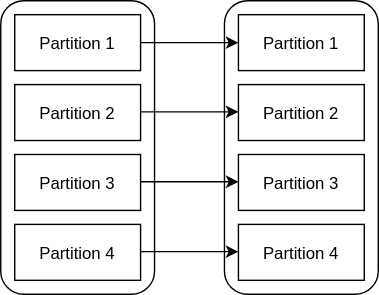
Before: course/01-RDD/RDD-narrow.dio.svg, a diagram exported from draw.io (dancier/spark-course). Source tidied: cells renumbered, new cells last; positions are measured from the earlier drawing's top-left corner, leaving out a move shared by most shapes. Its diagram source:
```xml
<mxGraphModel>
  <root>
    <mxCell id="0" />
    <mxCell id="1" parent="0" />
    <mxCell id="2" style="rounded=1;" parent="1" vertex="1">
      <mxGeometry width="110" height="210" as="geometry" />
    </mxCell>
    <mxCell id="3" value="Partition 1" style="rounded=0;" parent="1" vertex="1">
      <mxGeometry x="10" y="10" width="90" height="40" as="geometry" />
    </mxCell>
    <mxCell id="4" value="Partition 2" style="rounded=0;" parent="1" vertex="1">
      <mxGeometry x="10" y="60" width="90" height="40" as="geometry" />
    </mxCell>
    <mxCell id="5" value="Partition 3" style="rounded=0;" parent="1" vertex="1">
      <mxGeometry x="10" y="110" width="90" height="40" as="geometry" />
    </mxCell>
    <mxCell id="6" value="Partition 4" style="rounded=0;" parent="1" vertex="1">
      <mxGeometry x="10" y="160" width="90" height="40" as="geometry" />
    </mxCell>
    <mxCell id="7" style="rounded=1;" parent="1" vertex="1">
      <mxGeometry x="160" width="110" height="210" as="geometry" />
    </mxCell>
    <mxCell id="8" value="Partition 1" style="rounded=0;" parent="1" vertex="1">
      <mxGeometry x="170" y="10" width="90" height="40" as="geometry" />
    </mxCell>
    <mxCell id="9" value="Partition 2" style="rounded=0;" parent="1" vertex="1">
      <mxGeometry x="170" y="60" width="90" height="40" as="geometry" />
    </mxCell>
    <mxCell id="10" value="Partition 3" style="rounded=0;" parent="1" vertex="1">
      <mxGeometry x="170" y="110" width="90" height="40" as="geometry" />
    </mxCell>
    <mxCell id="11" value="Partition 4" style="rounded=0;" parent="1" vertex="1">
      <mxGeometry x="170" y="160" width="90" height="40" as="geometry" />
    </mxCell>
    <mxCell id="12" style="endArrow=classic;rounded=0;exitX=1;exitY=0.5;exitDx=0;exitDy=0;entryX=0;entryY=0.5;entryDx=0;entryDy=0;" parent="1" edge="1" source="3" target="8">
      <mxGeometry relative="1" as="geometry" />
    </mxCell>
    <mxCell id="13" style="endArrow=classic;rounded=0;exitX=1;exitY=0.5;exitDx=0;exitDy=0;entryX=0;entryY=0.5;entryDx=0;entryDy=0;" parent="1" edge="1">
      <mxGeometry relative="1" as="geometry">
        <mxPoint x="100" y="79.5" as="sourcePoint" />
        <mxPoint x="170" y="79.5" as="targetPoint" />
      </mxGeometry>
    </mxCell>
    <mxCell id="14" style="endArrow=classic;rounded=0;exitX=1;exitY=0.5;exitDx=0;exitDy=0;entryX=0;entryY=0.5;entryDx=0;entryDy=0;" parent="1" edge="1">
      <mxGeometry relative="1" as="geometry">
        <mxPoint x="100" y="129.5" as="sourcePoint" />
        <mxPoint x="170" y="129.5" as="targetPoint" />
      </mxGeometry>
    </mxCell>
    <mxCell id="15" style="endArrow=classic;rounded=0;exitX=1;exitY=0.5;exitDx=0;exitDy=0;entryX=0;entryY=0.5;entryDx=0;entryDy=0;" parent="1" edge="1">
      <mxGeometry relative="1" as="geometry">
        <mxPoint x="100" y="179.5" as="sourcePoint" />
        <mxPoint x="170" y="179.5" as="targetPoint" />
      </mxGeometry>
    </mxCell>
  </root>
</mxGraphModel>
```
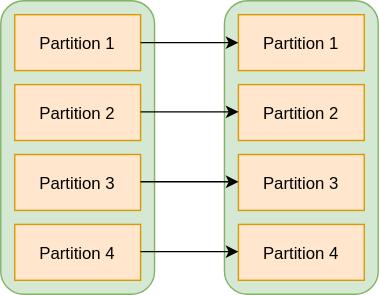
Above is the later version.

Change to the diagram source:
```diff
@@ -2,34 +2,34 @@
   <root>
     <mxCell id="0" />
     <mxCell id="1" parent="0" />
-    <mxCell id="2" style="rounded=1;" parent="1" vertex="1">
+    <mxCell id="2" style="rounded=1;fillColor=#d5e8d4;strokeColor=#82b366;" parent="1" vertex="1">
       <mxGeometry width="110" height="210" as="geometry" />
     </mxCell>
-    <mxCell id="3" value="Partition 1" style="rounded=0;" parent="1" vertex="1">
+    <mxCell id="3" value="Partition 1" style="rounded=0;fillColor=#ffe6cc;strokeColor=#d79b00;" parent="1" vertex="1">
       <mxGeometry x="10" y="10" width="90" height="40" as="geometry" />
     </mxCell>
-    <mxCell id="4" value="Partition 2" style="rounded=0;" parent="1" vertex="1">
+    <mxCell id="4" value="Partition 2" style="rounded=0;fillColor=#ffe6cc;strokeColor=#d79b00;" parent="1" vertex="1">
       <mxGeometry x="10" y="60" width="90" height="40" as="geometry" />
     </mxCell>
-    <mxCell id="5" value="Partition 3" style="rounded=0;" parent="1" vertex="1">
+    <mxCell id="5" value="Partition 3" style="rounded=0;fillColor=#ffe6cc;strokeColor=#d79b00;" parent="1" vertex="1">
       <mxGeometry x="10" y="110" width="90" height="40" as="geometry" />
     </mxCell>
-    <mxCell id="6" value="Partition 4" style="rounded=0;" parent="1" vertex="1">
+    <mxCell id="6" value="Partition 4" style="rounded=0;fillColor=#ffe6cc;strokeColor=#d79b00;" parent="1" vertex="1">
       <mxGeometry x="10" y="160" width="90" height="40" as="geometry" />
     </mxCell>
-    <mxCell id="7" style="rounded=1;" parent="1" vertex="1">
+    <mxCell id="7" style="rounded=1;fillColor=#d5e8d4;strokeColor=#82b366;" parent="1" vertex="1">
       <mxGeometry x="160" width="110" height="210" as="geometry" />
     </mxCell>
-    <mxCell id="8" value="Partition 1" style="rounded=0;" parent="1" vertex="1">
+    <mxCell id="8" value="Partition 1" style="rounded=0;fillColor=#ffe6cc;strokeColor=#d79b00;" parent="1" vertex="1">
       <mxGeometry x="170" y="10" width="90" height="40" as="geometry" />
     </mxCell>
-    <mxCell id="9" value="Partition 2" style="rounded=0;" parent="1" vertex="1">
+    <mxCell id="9" value="Partition 2" style="rounded=0;fillColor=#ffe6cc;strokeColor=#d79b00;" parent="1" vertex="1">
       <mxGeometry x="170" y="60" width="90" height="40" as="geometry" />
     </mxCell>
-    <mxCell id="10" value="Partition 3" style="rounded=0;" parent="1" vertex="1">
+    <mxCell id="10" value="Partition 3" style="rounded=0;fillColor=#ffe6cc;strokeColor=#d79b00;" parent="1" vertex="1">
       <mxGeometry x="170" y="110" width="90" height="40" as="geometry" />
     </mxCell>
-    <mxCell id="11" value="Partition 4" style="rounded=0;" parent="1" vertex="1">
+    <mxCell id="11" value="Partition 4" style="rounded=0;fillColor=#ffe6cc;strokeColor=#d79b00;" parent="1" vertex="1">
       <mxGeometry x="170" y="160" width="90" height="40" as="geometry" />
     </mxCell>
     <mxCell id="12" style="endArrow=classic;rounded=0;exitX=1;exitY=0.5;exitDx=0;exitDy=0;entryX=0;entryY=0.5;entryDx=0;entryDy=0;" parent="1" edge="1" source="3" target="8">
```
